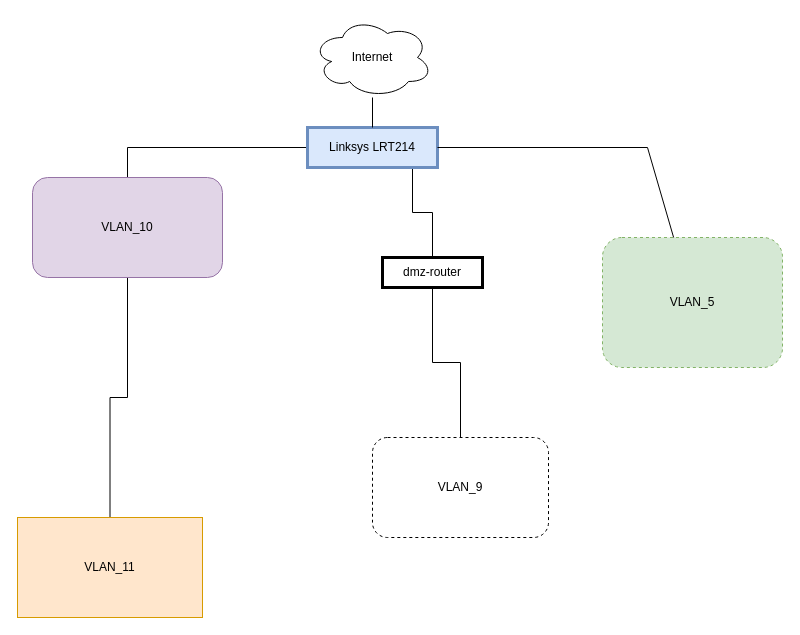
The draw.io diagram Experiments.drawio in jakobum/draw.io, before the edit. Source tidied: cells renumbered, new cells numbered last; positions are measured from the earlier drawing's top-left corner, leaving out a move shared by most shapes. Both pictures are drawn from the tidied source at 100%, with x=0, y=0 at pixel (17, 17).
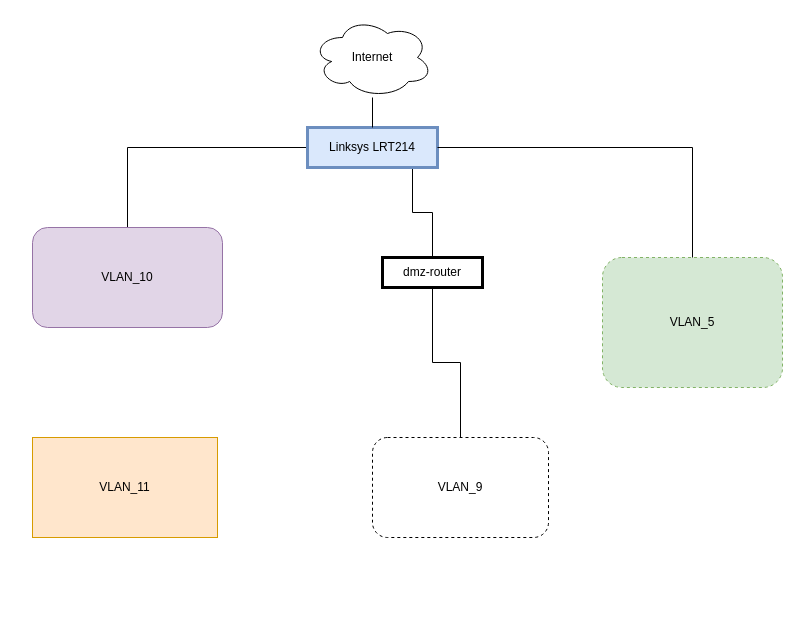
Above is the later version.

Change to the diagram source:
```diff
@@
 <mxGraphModel>
   <root>
     <mxCell id="0" />
     <mxCell id="1" parent="0" />
     <mxCell id="2" value="&lt;div&gt;Internet&lt;/div&gt;" style="ellipse;shape=cloud;whiteSpace=wrap;html=1;" parent="1" vertex="1">
       <mxGeometry x="295" width="120" height="80" as="geometry" />
     </mxCell>
     <mxCell id="3" style="edgeStyle=orthogonalEdgeStyle;rounded=0;jettySize=auto;html=1;endArrow=none;endFill=0;" parent="1" edge="1" source="5" target="10">
       <mxGeometry relative="1" as="geometry" />
     </mxCell>
     <mxCell id="4" style="edgeStyle=orthogonalEdgeStyle;rounded=0;jettySize=auto;html=1;endArrow=none;endFill=0;" parent="1" edge="1" source="5" target="14">
       <mxGeometry relative="1" as="geometry">
         <Array as="points">
           <mxPoint x="395" y="195" />
           <mxPoint x="415" y="195" />
         </Array>
       </mxGeometry>
     </mxCell>
     <mxCell id="5" value="Linksys&amp;nbsp;LRT214" style="rounded=0;whiteSpace=wrap;html=1;fillColor=#dae8fc;strokeColor=#6c8ebf;strokeWidth=3;" parent="1" vertex="1">
       <mxGeometry x="290" y="110" width="130" height="40" as="geometry" />
     </mxCell>
     <mxCell id="6" style="endArrow=none;html=1;rounded=0;" parent="1" edge="1" source="5" target="2">
       <mxGeometry relative="1" as="geometry" />
     </mxCell>
     <mxCell id="7" value="&lt;div&gt;VLAN_5&lt;/div&gt;" style="rounded=1;whiteSpace=wrap;html=1;fillColor=#d5e8d4;strokeColor=#82b366;dashed=1;" parent="1" vertex="1">
-      <mxGeometry x="585" y="220" width="180" height="130" as="geometry" />
+      <mxGeometry x="585" y="240" width="180" height="130" as="geometry" />
     </mxCell>
     <mxCell id="8" style="endArrow=none;html=1;rounded=0;" parent="1" edge="1" source="7" target="5">
       <mxGeometry relative="1" as="geometry">
         <Array as="points">
-          <mxPoint x="630" y="130" />
+          <mxPoint x="675" y="130" />
         </Array>
       </mxGeometry>
     </mxCell>
-    <mxCell id="9" style="edgeStyle=orthogonalEdgeStyle;rounded=0;jettySize=auto;html=1;endArrow=none;endFill=0;" parent="1" edge="1" source="10" target="11">
-      <mxGeometry relative="1" as="geometry" />
-    </mxCell>
     <mxCell id="10" value="VLAN_10" style="rounded=1;whiteSpace=wrap;html=1;fillColor=#e1d5e7;strokeColor=#9673a6;gradientColor=none;" parent="1" vertex="1">
-      <mxGeometry x="15" y="160" width="190" height="100" as="geometry" />
+      <mxGeometry x="15" y="210" width="190" height="100" as="geometry" />
     </mxCell>
     <mxCell id="11" value="VLAN_11" style="rounded=0;whiteSpace=wrap;html=1;fillColor=#ffe6cc;strokeColor=#d79b00;" parent="1" vertex="1">
-      <mxGeometry y="500" width="185" height="100" as="geometry" />
+      <mxGeometry x="15" y="420" width="185" height="100" as="geometry" />
     </mxCell>
     <mxCell id="12" value="VLAN_9" style="rounded=1;whiteSpace=wrap;html=1;dashed=1;" parent="1" vertex="1">
       <mxGeometry x="355" y="420" width="176" height="100" as="geometry" />
     </mxCell>
     <mxCell id="13" style="edgeStyle=orthogonalEdgeStyle;rounded=0;jettySize=auto;html=1;endArrow=none;endFill=0;" parent="1" edge="1" source="14" target="12">
       <mxGeometry relative="1" as="geometry" />
     </mxCell>
     <mxCell id="14" value="dmz-router" style="rounded=0;whiteSpace=wrap;html=1;strokeWidth=3;" parent="1" vertex="1">
       <mxGeometry x="365" y="240" width="100" height="30" as="geometry" />
     </mxCell>
   </root>
 </mxGraphModel>
```
